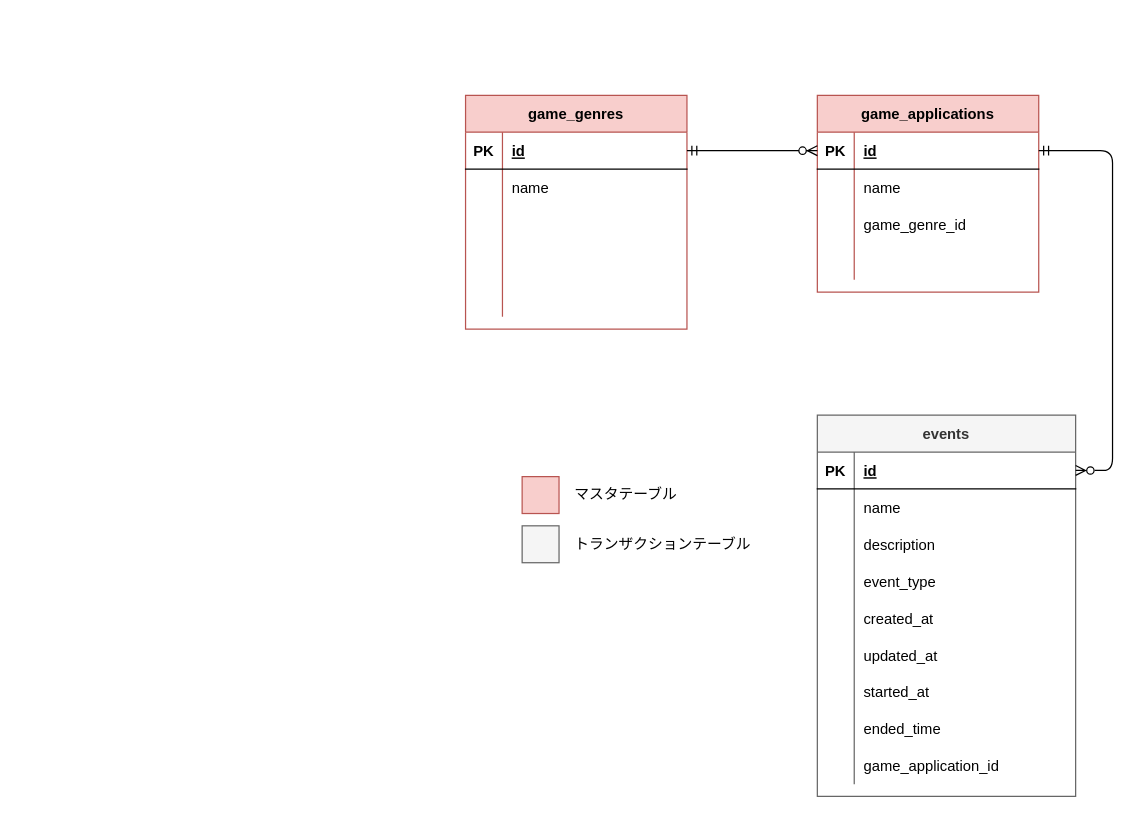
Above: erd.drawio in hirabarufumitaka/mobile_game_notification (draw.io), before the change. Source tidied: cells renumbered, new cells numbered last; positions are measured from the earlier drawing's top-left corner, leaving out a move shared by most shapes. Both pictures are drawn from the tidied source at 123%, with x=0, y=0 at pixel (465, 95).
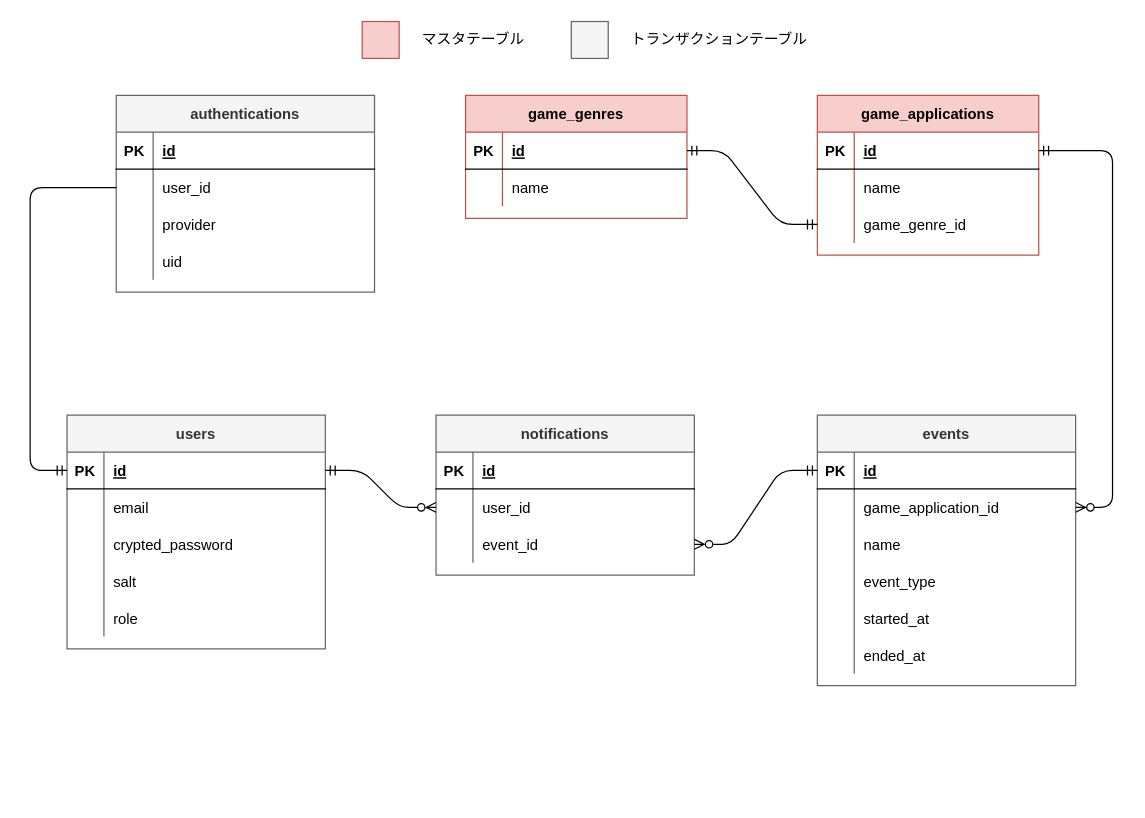
Above is the later version.

Unchanged cells that the change refers to:
```xml
<mxCell id="3" style="shape=partialRectangle;fillColor=none;top=0;left=0;bottom=1;right=0;points=[[0,0.5],[1,0.5]];portConstraint=eastwest;" parent="2" vertex="1">
  <mxGeometry y="30" width="180" height="30" as="geometry" />
</mxCell>
<mxCell id="9" style="shape=partialRectangle;fillColor=none;top=0;left=0;bottom=0;right=0;points=[[0,0.5],[1,0.5]];portConstraint=eastwest;" parent="2" vertex="1">
  <mxGeometry y="90" width="180" height="30" as="geometry" />
</mxCell>
<mxCell id="16" style="shape=partialRectangle;fillColor=none;top=0;left=0;bottom=1;right=0;points=[[0,0.5],[1,0.5]];portConstraint=eastwest;" parent="15" vertex="1">
  <mxGeometry y="30" width="210" height="30" as="geometry" />
</mxCell>
<mxCell id="45" style="shape=tableRow;horizontal=0;startSize=0;swimlaneHead=0;swimlaneBody=0;fillColor=none;points=[[0,0.5],[1,0.5]];portConstraint=eastwest;top=0;left=0;right=0;bottom=1;" parent="44" vertex="1">
  <mxGeometry y="30" width="180" height="30" as="geometry" />
</mxCell>
```

Diff of the diagram source:
```diff
@@
     <mxCell id="2" value="game_applications" style="shape=table;startSize=30;childLayout=tableLayout;rowLines=0;fontStyle=1;align=center;fillColor=#f8cecc;strokeColor=#b85450;" parent="1" vertex="1">
-      <mxGeometry x="286" width="180" height="160" as="geometry" />
+      <mxGeometry x="286" width="180" height="130" as="geometry" />
     </mxCell>
@@
-    <mxCell id="12" style="shape=partialRectangle;fillColor=none;top=0;left=0;bottom=0;right=0;" parent="2" vertex="1">
-      <mxGeometry y="120" width="180" height="30" as="geometry" />
-    </mxCell>
-    <mxCell id="13" style="shape=partialRectangle;fillColor=none;top=0;left=0;bottom=0;right=0;overflow=hidden;" parent="12" vertex="1">
-      <mxGeometry width="30" height="30" as="geometry" />
-    </mxCell>
-    <mxCell id="14" style="shape=partialRectangle;fillColor=none;top=0;left=0;bottom=0;right=0;align=left;spacingLeft=6;overflow=hidden;" parent="12" vertex="1">
-      <mxGeometry x="30" width="150" height="30" as="geometry" />
-    </mxCell>
     <mxCell id="15" value="events" style="shape=table;startSize=30;childLayout=tableLayout;rowLines=0;fontStyle=1;align=center;fillColor=#f5f5f5;fontColor=#333333;strokeColor=#666666;" parent="1" vertex="1">
-      <mxGeometry x="286" y="260" width="210" height="310" as="geometry" />
+      <mxGeometry x="286" y="260" width="210" height="220" as="geometry" />
     </mxCell>
@@
+    <mxCell id="40" style="shape=partialRectangle;fillColor=none;top=0;left=0;bottom=0;right=0;points=[[0,0.5],[1,0.5]];portConstraint=eastwest;" parent="15" vertex="1">
+      <mxGeometry y="60" width="210" height="30" as="geometry" />
+    </mxCell>
+    <mxCell id="41" style="shape=partialRectangle;fillColor=none;top=0;left=0;bottom=0;right=0;overflow=hidden;" parent="40" vertex="1">
+      <mxGeometry width="30" height="30" as="geometry" />
+    </mxCell>
+    <mxCell id="42" value="game_application_id" style="shape=partialRectangle;fillColor=none;top=0;left=0;bottom=0;right=0;align=left;spacingLeft=6;overflow=hidden;" parent="40" vertex="1">
+      <mxGeometry x="30" width="180" height="30" as="geometry" />
+    </mxCell>
     <mxCell id="19" style="shape=partialRectangle;fillColor=none;top=0;left=0;bottom=0;right=0;" parent="15" vertex="1">
-      <mxGeometry y="60" width="210" height="30" as="geometry" />
+      <mxGeometry y="90" width="210" height="30" as="geometry" />
     </mxCell>
@@
-    <mxCell id="22" style="shape=partialRectangle;fillColor=none;top=0;left=0;bottom=0;right=0;" parent="15" vertex="1">
-      <mxGeometry y="90" width="210" height="30" as="geometry" />
-    </mxCell>
-    <mxCell id="23" style="shape=partialRectangle;fillColor=none;top=0;left=0;bottom=0;right=0;overflow=hidden;" parent="22" vertex="1">
-      <mxGeometry width="30" height="30" as="geometry" />
-    </mxCell>
-    <mxCell id="24" value="description" style="shape=partialRectangle;fillColor=none;top=0;left=0;bottom=0;right=0;align=left;spacingLeft=6;overflow=hidden;" parent="22" vertex="1">
-      <mxGeometry x="30" width="180" height="30" as="geometry" />
-    </mxCell>
-    <mxCell id="25" style="shape=partialRectangle;fillColor=none;top=0;left=0;bottom=0;right=0;" parent="15" vertex="1">
-      <mxGeometry y="120" width="210" height="30" as="geometry" />
-    </mxCell>
-    <mxCell id="26" style="shape=partialRectangle;fillColor=none;top=0;left=0;bottom=0;right=0;overflow=hidden;" parent="25" vertex="1">
-      <mxGeometry width="30" height="30" as="geometry" />
-    </mxCell>
+    <mxCell id="65" style="shape=partialRectangle;fillColor=none;top=0;left=0;bottom=0;right=0;" parent="15" vertex="1">
+      <mxGeometry y="120" width="210" height="30" as="geometry" />
+    </mxCell>
+    <mxCell id="66" style="shape=partialRectangle;fillColor=none;top=0;left=0;bottom=0;right=0;overflow=hidden;" parent="65" vertex="1">
+      <mxGeometry width="30" height="30" as="geometry" />
+    </mxCell>
-    <mxCell id="27" value="event_type" style="shape=partialRectangle;fillColor=none;top=0;left=0;bottom=0;right=0;align=left;spacingLeft=6;overflow=hidden;" parent="25" vertex="1">
+    <mxCell id="27" value="event_type" style="shape=partialRectangle;fillColor=none;top=0;left=0;bottom=0;right=0;align=left;spacingLeft=6;overflow=hidden;" parent="65" vertex="1">
       <mxGeometry x="30" width="180" height="30" as="geometry" />
     </mxCell>
-    <mxCell id="28" style="shape=partialRectangle;fillColor=none;top=0;left=0;bottom=0;right=0;" parent="15" vertex="1">
-      <mxGeometry y="150" width="210" height="30" as="geometry" />
-    </mxCell>
-    <mxCell id="29" style="shape=partialRectangle;fillColor=none;top=0;left=0;bottom=0;right=0;overflow=hidden;" parent="28" vertex="1">
-      <mxGeometry width="30" height="30" as="geometry" />
-    </mxCell>
-    <mxCell id="30" value="created_at" style="shape=partialRectangle;fillColor=none;top=0;left=0;bottom=0;right=0;align=left;spacingLeft=6;overflow=hidden;" parent="28" vertex="1">
-      <mxGeometry x="30" width="180" height="30" as="geometry" />
-    </mxCell>
-    <mxCell id="31" style="shape=partialRectangle;fillColor=none;top=0;left=0;bottom=0;right=0;" parent="15" vertex="1">
-      <mxGeometry y="180" width="210" height="30" as="geometry" />
-    </mxCell>
-    <mxCell id="32" style="shape=partialRectangle;fillColor=none;top=0;left=0;bottom=0;right=0;overflow=hidden;" parent="31" vertex="1">
-      <mxGeometry width="30" height="30" as="geometry" />
-    </mxCell>
-    <mxCell id="33" value="updated_at" style="shape=partialRectangle;fillColor=none;top=0;left=0;bottom=0;right=0;align=left;spacingLeft=6;overflow=hidden;" parent="31" vertex="1">
-      <mxGeometry x="30" width="180" height="30" as="geometry" />
-    </mxCell>
     <mxCell id="34" style="shape=partialRectangle;fillColor=none;top=0;left=0;bottom=0;right=0;" parent="15" vertex="1">
-      <mxGeometry y="210" width="210" height="30" as="geometry" />
+      <mxGeometry y="150" width="210" height="30" as="geometry" />
     </mxCell>
@@
     <mxCell id="37" style="shape=partialRectangle;fillColor=none;top=0;left=0;bottom=0;right=0;" parent="15" vertex="1">
-      <mxGeometry y="240" width="210" height="30" as="geometry" />
+      <mxGeometry y="180" width="210" height="30" as="geometry" />
     </mxCell>
@@
-    <mxCell id="39" value="ended_time" style="shape=partialRectangle;fillColor=none;top=0;left=0;bottom=0;right=0;align=left;spacingLeft=6;overflow=hidden;" parent="37" vertex="1">
+    <mxCell id="39" value="ended_at" style="shape=partialRectangle;fillColor=none;top=0;left=0;bottom=0;right=0;align=left;spacingLeft=6;overflow=hidden;" parent="37" vertex="1">
       <mxGeometry x="30" width="180" height="30" as="geometry" />
     </mxCell>
-    <mxCell id="40" style="shape=partialRectangle;fillColor=none;top=0;left=0;bottom=0;right=0;points=[[0,0.5],[1,0.5]];portConstraint=eastwest;" parent="15" vertex="1">
-      <mxGeometry y="270" width="210" height="30" as="geometry" />
-    </mxCell>
-    <mxCell id="41" style="shape=partialRectangle;fillColor=none;top=0;left=0;bottom=0;right=0;overflow=hidden;" parent="40" vertex="1">
-      <mxGeometry width="30" height="30" as="geometry" />
-    </mxCell>
-    <mxCell id="42" value="game_application_id" style="shape=partialRectangle;fillColor=none;top=0;left=0;bottom=0;right=0;align=left;spacingLeft=6;overflow=hidden;" parent="40" vertex="1">
-      <mxGeometry x="30" width="180" height="30" as="geometry" />
-    </mxCell>
-    <mxCell id="43" style="edgeStyle=entityRelationEdgeStyle;fontSize=12;html=1;endArrow=ERzeroToMany;startArrow=ERmandOne;endFill=0;exitX=1;exitY=0.5;exitDx=0;exitDy=0;" parent="1" edge="1" source="3" target="16">
-      <mxGeometry relative="1" as="geometry" />
-    </mxCell>
     <mxCell id="44" value="game_genres" style="shape=table;startSize=30;childLayout=tableLayout;rowLines=0;fontStyle=1;align=center;labelBackgroundColor=none;fillColor=#f8cecc;strokeColor=#b85450;" parent="1" vertex="1">
-      <mxGeometry width="180" height="190" as="geometry" />
+      <mxGeometry width="180" height="100" as="geometry" />
     </mxCell>
@@
-    <mxCell id="51" style="shape=tableRow;horizontal=0;startSize=0;swimlaneHead=0;swimlaneBody=0;fillColor=none;top=0;left=0;right=0;bottom=0;" parent="44" vertex="1">
-      <mxGeometry y="90" width="180" height="30" as="geometry" />
-    </mxCell>
-    <mxCell id="52" style="shape=partialRectangle;fillColor=none;top=0;left=0;bottom=0;right=0;overflow=hidden;" parent="51" vertex="1">
-      <mxGeometry width="30" height="30" as="geometry" />
-    </mxCell>
-    <mxCell id="53" style="shape=partialRectangle;fillColor=none;top=0;left=0;bottom=0;right=0;align=left;spacingLeft=6;overflow=hidden;" parent="51" vertex="1">
-      <mxGeometry x="30" width="150" height="30" as="geometry" />
-    </mxCell>
-    <mxCell id="54" style="shape=tableRow;horizontal=0;startSize=0;swimlaneHead=0;swimlaneBody=0;fillColor=none;top=0;left=0;right=0;bottom=0;" parent="44" vertex="1">
-      <mxGeometry y="120" width="180" height="30" as="geometry" />
-    </mxCell>
-    <mxCell id="55" style="shape=partialRectangle;fillColor=none;top=0;left=0;bottom=0;right=0;overflow=hidden;" parent="54" vertex="1">
-      <mxGeometry width="30" height="30" as="geometry" />
-    </mxCell>
-    <mxCell id="56" style="shape=partialRectangle;fillColor=none;top=0;left=0;bottom=0;right=0;align=left;spacingLeft=6;overflow=hidden;" parent="54" vertex="1">
-      <mxGeometry x="30" width="150" height="30" as="geometry" />
-    </mxCell>
-    <mxCell id="57" style="shape=tableRow;horizontal=0;startSize=0;swimlaneHead=0;swimlaneBody=0;fillColor=none;top=0;left=0;right=0;bottom=0;" parent="44" vertex="1">
-      <mxGeometry y="150" width="180" height="30" as="geometry" />
-    </mxCell>
-    <mxCell id="58" style="shape=partialRectangle;fillColor=none;top=0;left=0;bottom=0;right=0;overflow=hidden;" parent="57" vertex="1">
-      <mxGeometry width="30" height="30" as="geometry" />
-    </mxCell>
-    <mxCell id="59" style="shape=partialRectangle;fillColor=none;top=0;left=0;bottom=0;right=0;align=left;spacingLeft=6;overflow=hidden;" parent="57" vertex="1">
-      <mxGeometry x="30" width="150" height="30" as="geometry" />
-    </mxCell>
+    <mxCell id="67" style="edgeStyle=entityRelationEdgeStyle;fontSize=12;html=1;endArrow=ERmandOne;startArrow=ERmandOne;rounded=1;exitX=1;exitY=0.5;exitDx=0;exitDy=0;entryX=0;entryY=0.5;entryDx=0;entryDy=0;" parent="1" edge="1" source="45" target="9">
+      <mxGeometry relative="1" as="geometry" />
+    </mxCell>
     <mxCell id="60" style="whiteSpace=wrap;html=1;labelBackgroundColor=none;fillColor=#f8cecc;strokeColor=#b85450;" parent="1" vertex="1">
-      <mxGeometry x="46" y="310" width="30" height="30" as="geometry" />
+      <mxGeometry x="-84" y="-60" width="30" height="30" as="geometry" />
     </mxCell>
     <mxCell id="61" style="whiteSpace=wrap;html=1;labelBackgroundColor=none;fillColor=#f5f5f5;fontColor=#333333;strokeColor=#666666;" parent="1" vertex="1">
-      <mxGeometry x="46" y="350" width="30" height="30" as="geometry" />
+      <mxGeometry x="86" y="-60" width="30" height="30" as="geometry" />
     </mxCell>
     <mxCell id="62" value="マスタテーブル" style="text;html=1;align=center;verticalAlign=middle;strokeColor=none;fillColor=none;" parent="1" vertex="1">
-      <mxGeometry x="80" y="315" width="100" height="20" as="geometry" />
+      <mxGeometry x="-44" y="-55" width="100" height="20" as="geometry" />
     </mxCell>
     <mxCell id="63" value="トランザクションテーブル" style="text;html=1;align=center;verticalAlign=middle;strokeColor=none;fillColor=none;" parent="1" vertex="1">
-      <mxGeometry x="80" y="355" width="160" height="20" as="geometry" />
+      <mxGeometry x="126" y="-55" width="160" height="20" as="geometry" />
     </mxCell>
-    <mxCell id="64" style="edgeStyle=entityRelationEdgeStyle;fontSize=12;html=1;endArrow=ERzeroToMany;startArrow=ERmandOne;rounded=0;exitX=1;exitY=0.5;exitDx=0;exitDy=0;entryX=0;entryY=0.5;entryDx=0;entryDy=0;" parent="1" edge="1" source="45" target="3">
-      <mxGeometry relative="1" as="geometry" />
-    </mxCell>
+    <mxCell id="68" value="notifications" style="shape=table;startSize=30;childLayout=tableLayout;rowLines=0;fontStyle=1;align=center;fillColor=#f5f5f5;fontColor=#333333;strokeColor=#666666;" parent="1" vertex="1">
+      <mxGeometry x="-24" y="260" width="210" height="130" as="geometry" />
+    </mxCell>
+    <mxCell id="69" style="shape=partialRectangle;fillColor=none;top=0;left=0;bottom=1;right=0;" parent="68" vertex="1">
+      <mxGeometry y="30" width="210" height="30" as="geometry" />
+    </mxCell>
+    <mxCell id="70" value="PK" style="shape=partialRectangle;fillColor=none;top=0;left=0;bottom=0;right=0;fontStyle=1;overflow=hidden;" parent="69" vertex="1">
+      <mxGeometry width="30" height="30" as="geometry" />
+    </mxCell>
+    <mxCell id="71" value="id" style="shape=partialRectangle;fillColor=none;top=0;left=0;bottom=0;right=0;align=left;spacingLeft=6;fontStyle=5;overflow=hidden;" parent="69" vertex="1">
+      <mxGeometry x="30" width="180" height="30" as="geometry" />
+    </mxCell>
+    <mxCell id="72" style="shape=partialRectangle;fillColor=none;top=0;left=0;bottom=0;right=0;points=[[0,0.5],[1,0.5]];portConstraint=eastwest;" parent="68" vertex="1">
+      <mxGeometry y="60" width="210" height="30" as="geometry" />
+    </mxCell>
+    <mxCell id="73" style="shape=partialRectangle;fillColor=none;top=0;left=0;bottom=0;right=0;overflow=hidden;" parent="72" vertex="1">
+      <mxGeometry width="30" height="30" as="geometry" />
+    </mxCell>
+    <mxCell id="74" value="user_id" style="shape=partialRectangle;fillColor=none;top=0;left=0;bottom=0;right=0;align=left;spacingLeft=6;overflow=hidden;" parent="72" vertex="1">
+      <mxGeometry x="30" width="180" height="30" as="geometry" />
+    </mxCell>
+    <mxCell id="75" style="shape=partialRectangle;fillColor=none;top=0;left=0;bottom=0;right=0;points=[[0,0.5],[1,0.5]];portConstraint=eastwest;" parent="68" vertex="1">
+      <mxGeometry y="90" width="210" height="30" as="geometry" />
+    </mxCell>
+    <mxCell id="76" style="shape=partialRectangle;fillColor=none;top=0;left=0;bottom=0;right=0;overflow=hidden;" parent="75" vertex="1">
+      <mxGeometry width="30" height="30" as="geometry" />
+    </mxCell>
+    <mxCell id="77" value="event_id" style="shape=partialRectangle;fillColor=none;top=0;left=0;bottom=0;right=0;align=left;spacingLeft=6;overflow=hidden;" parent="75" vertex="1">
+      <mxGeometry x="30" width="180" height="30" as="geometry" />
+    </mxCell>
+    <mxCell id="78" value="users" style="shape=table;startSize=30;childLayout=tableLayout;rowLines=0;fontStyle=1;align=center;fillColor=#f5f5f5;fontColor=#333333;strokeColor=#666666;" parent="1" vertex="1">
+      <mxGeometry x="-324" y="260" width="210" height="190" as="geometry" />
+    </mxCell>
+    <mxCell id="79" style="shape=partialRectangle;fillColor=none;top=0;left=0;bottom=1;right=0;points=[[0,0.5],[1,0.5]];portConstraint=eastwest;" parent="78" vertex="1">
+      <mxGeometry y="30" width="210" height="30" as="geometry" />
+    </mxCell>
+    <mxCell id="80" value="PK" style="shape=partialRectangle;fillColor=none;top=0;left=0;bottom=0;right=0;fontStyle=1;overflow=hidden;" parent="79" vertex="1">
+      <mxGeometry width="30" height="30" as="geometry" />
+    </mxCell>
+    <mxCell id="81" value="id" style="shape=partialRectangle;fillColor=none;top=0;left=0;bottom=0;right=0;align=left;spacingLeft=6;fontStyle=5;overflow=hidden;" parent="79" vertex="1">
+      <mxGeometry x="30" width="180" height="30" as="geometry" />
+    </mxCell>
+    <mxCell id="82" style="shape=partialRectangle;fillColor=none;top=0;left=0;bottom=0;right=0;" parent="78" vertex="1">
+      <mxGeometry y="60" width="210" height="30" as="geometry" />
+    </mxCell>
+    <mxCell id="83" style="shape=partialRectangle;fillColor=none;top=0;left=0;bottom=0;right=0;overflow=hidden;" parent="82" vertex="1">
+      <mxGeometry width="30" height="30" as="geometry" />
+    </mxCell>
+    <mxCell id="84" value="email" style="shape=partialRectangle;fillColor=none;top=0;left=0;bottom=0;right=0;align=left;spacingLeft=6;overflow=hidden;" parent="82" vertex="1">
+      <mxGeometry x="30" width="180" height="30" as="geometry" />
+    </mxCell>
+    <mxCell id="85" style="shape=partialRectangle;fillColor=none;top=0;left=0;bottom=0;right=0;" parent="78" vertex="1">
+      <mxGeometry y="90" width="210" height="30" as="geometry" />
+    </mxCell>
+    <mxCell id="86" style="shape=partialRectangle;fillColor=none;top=0;left=0;bottom=0;right=0;overflow=hidden;" parent="85" vertex="1">
+      <mxGeometry width="30" height="30" as="geometry" />
+    </mxCell>
+    <mxCell id="87" value="crypted_password" style="shape=partialRectangle;fillColor=none;top=0;left=0;bottom=0;right=0;align=left;spacingLeft=6;overflow=hidden;" parent="85" vertex="1">
+      <mxGeometry x="30" width="180" height="30" as="geometry" />
+    </mxCell>
+    <mxCell id="88" style="shape=partialRectangle;fillColor=none;top=0;left=0;bottom=0;right=0;" parent="78" vertex="1">
+      <mxGeometry y="120" width="210" height="30" as="geometry" />
+    </mxCell>
+    <mxCell id="89" style="shape=partialRectangle;fillColor=none;top=0;left=0;bottom=0;right=0;overflow=hidden;" parent="88" vertex="1">
+      <mxGeometry width="30" height="30" as="geometry" />
+    </mxCell>
+    <mxCell id="90" value="salt" style="shape=partialRectangle;fillColor=none;top=0;left=0;bottom=0;right=0;align=left;spacingLeft=6;overflow=hidden;" parent="88" vertex="1">
+      <mxGeometry x="30" width="180" height="30" as="geometry" />
+    </mxCell>
+    <mxCell id="28" style="shape=partialRectangle;fillColor=none;top=0;left=0;bottom=0;right=0;" parent="78" vertex="1">
+      <mxGeometry y="150" width="210" height="30" as="geometry" />
+    </mxCell>
+    <mxCell id="91" style="shape=partialRectangle;fillColor=none;top=0;left=0;bottom=0;right=0;overflow=hidden;" parent="28" vertex="1">
+      <mxGeometry width="30" height="30" as="geometry" />
+    </mxCell>
+    <mxCell id="92" value="role" style="shape=partialRectangle;fillColor=none;top=0;left=0;bottom=0;right=0;align=left;spacingLeft=6;overflow=hidden;" parent="28" vertex="1">
+      <mxGeometry x="30" width="180" height="30" as="geometry" />
+    </mxCell>
+    <mxCell id="93" style="edgeStyle=entityRelationEdgeStyle;fontSize=12;html=1;endArrow=ERzeroToMany;startArrow=ERmandOne;endFill=0;exitX=1;exitY=0.5;exitDx=0;exitDy=0;entryX=0;entryY=0.5;entryDx=0;entryDy=0;" parent="1" edge="1" source="79" target="72">
+      <mxGeometry relative="1" as="geometry" />
+    </mxCell>
+    <mxCell id="94" style="edgeStyle=entityRelationEdgeStyle;fontSize=12;html=1;endArrow=ERzeroToMany;startArrow=ERmandOne;endFill=0;exitX=0;exitY=0.5;exitDx=0;exitDy=0;entryX=1;entryY=0.5;entryDx=0;entryDy=0;" parent="1" edge="1" source="16" target="75">
+      <mxGeometry relative="1" as="geometry" />
+    </mxCell>
+    <mxCell id="95" value="authentications" style="shape=table;startSize=30;childLayout=tableLayout;rowLines=0;fontStyle=1;align=center;fillColor=#f5f5f5;fontColor=#333333;strokeColor=#666666;" parent="1" vertex="1">
+      <mxGeometry x="-284" width="210" height="160" as="geometry" />
+    </mxCell>
+    <mxCell id="96" style="shape=partialRectangle;fillColor=none;top=0;left=0;bottom=1;right=0;" parent="95" vertex="1">
+      <mxGeometry y="30" width="210" height="30" as="geometry" />
+    </mxCell>
+    <mxCell id="97" value="PK" style="shape=partialRectangle;fillColor=none;top=0;left=0;bottom=0;right=0;fontStyle=1;overflow=hidden;" parent="96" vertex="1">
+      <mxGeometry width="30" height="30" as="geometry" />
+    </mxCell>
+    <mxCell id="98" value="id" style="shape=partialRectangle;fillColor=none;top=0;left=0;bottom=0;right=0;align=left;spacingLeft=6;fontStyle=5;overflow=hidden;" parent="96" vertex="1">
+      <mxGeometry x="30" width="180" height="30" as="geometry" />
+    </mxCell>
+    <mxCell id="99" style="shape=partialRectangle;fillColor=none;top=0;left=0;bottom=0;right=0;points=[[0,0.5],[1,0.5]];portConstraint=eastwest;" parent="95" vertex="1">
+      <mxGeometry y="60" width="210" height="30" as="geometry" />
+    </mxCell>
+    <mxCell id="100" style="shape=partialRectangle;fillColor=none;top=0;left=0;bottom=0;right=0;overflow=hidden;" parent="99" vertex="1">
+      <mxGeometry width="30" height="30" as="geometry" />
+    </mxCell>
+    <mxCell id="101" value="user_id" style="shape=partialRectangle;fillColor=none;top=0;left=0;bottom=0;right=0;align=left;spacingLeft=6;overflow=hidden;" parent="99" vertex="1">
+      <mxGeometry x="30" width="180" height="30" as="geometry" />
+    </mxCell>
+    <mxCell id="102" style="shape=partialRectangle;fillColor=none;top=0;left=0;bottom=0;right=0;" parent="95" vertex="1">
+      <mxGeometry y="90" width="210" height="30" as="geometry" />
+    </mxCell>
+    <mxCell id="103" style="shape=partialRectangle;fillColor=none;top=0;left=0;bottom=0;right=0;overflow=hidden;" parent="102" vertex="1">
+      <mxGeometry width="30" height="30" as="geometry" />
+    </mxCell>
+    <mxCell id="104" value="provider" style="shape=partialRectangle;fillColor=none;top=0;left=0;bottom=0;right=0;align=left;spacingLeft=6;overflow=hidden;" parent="102" vertex="1">
+      <mxGeometry x="30" width="180" height="30" as="geometry" />
+    </mxCell>
+    <mxCell id="105" style="shape=partialRectangle;fillColor=none;top=0;left=0;bottom=0;right=0;" parent="95" vertex="1">
+      <mxGeometry y="120" width="210" height="30" as="geometry" />
+    </mxCell>
+    <mxCell id="106" style="shape=partialRectangle;fillColor=none;top=0;left=0;bottom=0;right=0;overflow=hidden;" parent="105" vertex="1">
+      <mxGeometry width="30" height="30" as="geometry" />
+    </mxCell>
+    <mxCell id="107" value="uid" style="shape=partialRectangle;fillColor=none;top=0;left=0;bottom=0;right=0;align=left;spacingLeft=6;overflow=hidden;" parent="105" vertex="1">
+      <mxGeometry x="30" width="180" height="30" as="geometry" />
+    </mxCell>
+    <mxCell id="108" style="edgeStyle=entityRelationEdgeStyle;fontSize=12;html=1;endArrow=ERzeroToMany;startArrow=ERmandOne;rounded=1;exitX=1;exitY=0.5;exitDx=0;exitDy=0;" parent="1" edge="1" source="3" target="40">
+      <mxGeometry relative="1" as="geometry" />
+    </mxCell>
+    <mxCell id="109" style="edgeStyle=elbowEdgeStyle;fontSize=12;html=1;endArrow=ERmandOne;rounded=1;entryX=0;entryY=0.5;entryDx=0;entryDy=0;elbow=vertical;exitX=0;exitY=0.5;exitDx=0;exitDy=0;" parent="1" edge="1" source="99" target="79">
+      <mxGeometry relative="1" as="geometry">
+        <Array as="points">
+          <mxPoint x="-354" y="50" />
+          <mxPoint x="-354" y="190" />
+        </Array>
+      </mxGeometry>
+    </mxCell>
```
